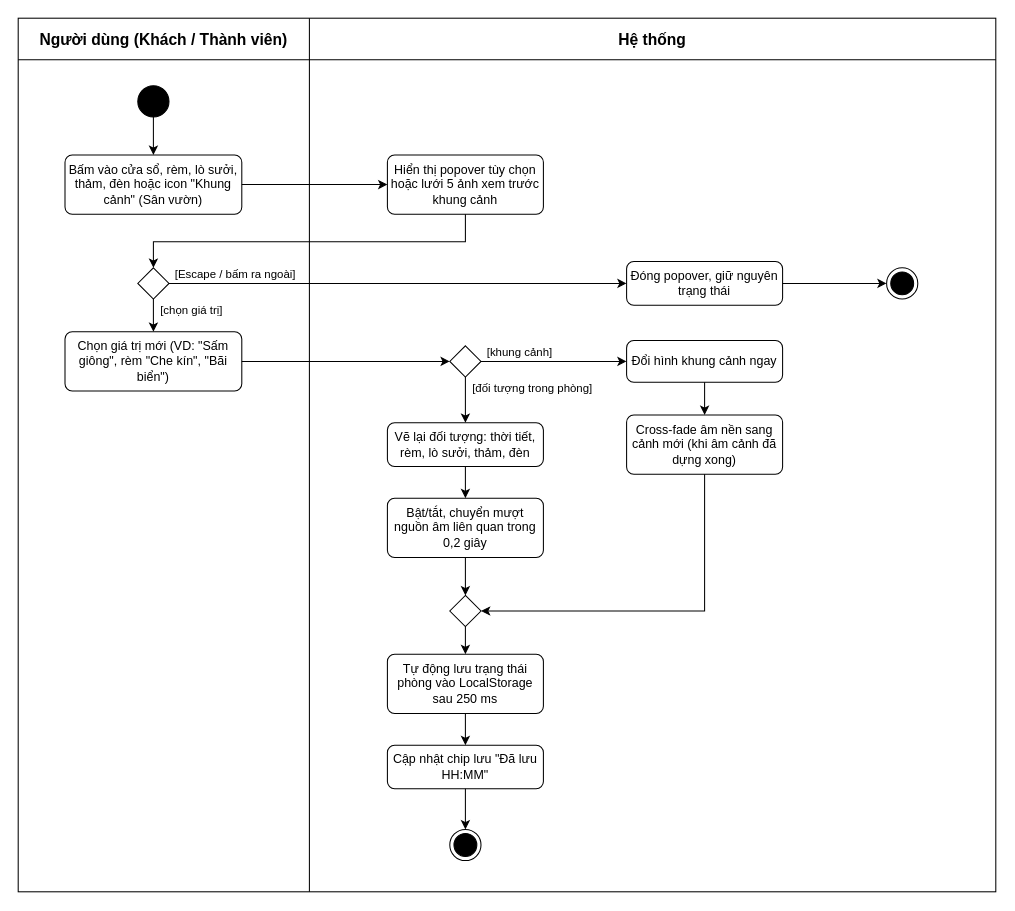
This is page "A2" (3 of 29) of docs/analysis/FocuSpace_Diagrams.drawio from CaoLePhucThinh2203/FocuSpace, a draw.io file, before an edit. Source tidied: cells renumbered, new cells numbered last; positions are measured from the earlier drawing's top-left corner, leaving out a move shared by most shapes. Both pictures are drawn from the tidied source at 104%, with x=0, y=0 at pixel (18, 18).
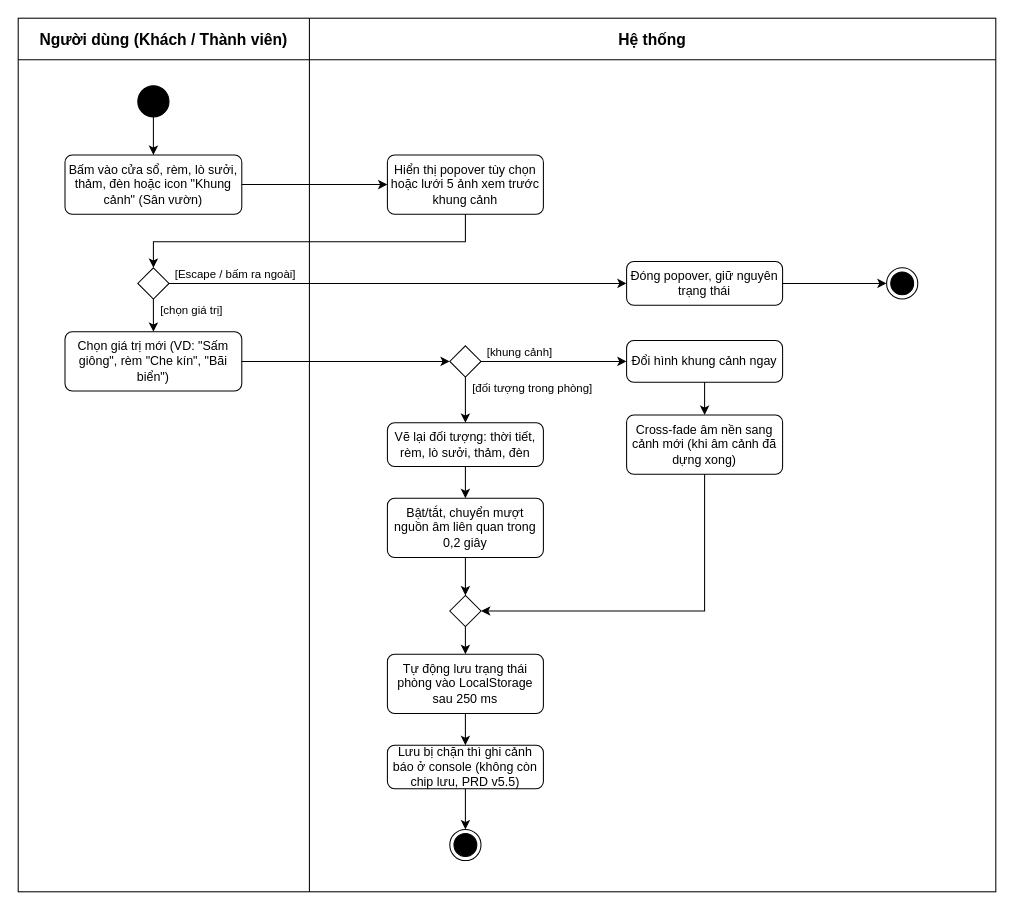
The same page after the edit.

Commit message (it also covers changes not shown here):
docs(analysis): drawio A2, A4–A6, S5, S6, C2 theo PRD v5.5–v5.8 (25 đồ, nhịp học, hẹn giờ 15/30/60, bỏ ▲▼ và chip lưu) (UC.02, UC.04–UC.06)

What changed in the source:
```diff
@@
-    <mxCell id="17" value="Cập nhật chip lưu &quot;Đã lưu HH:MM&quot;" style="html=1;align=center;verticalAlign=middle;rounded=1;absoluteArcSize=1;arcSize=14;dashed=0;whiteSpace=wrap;fontSize=12;" parent="1" vertex="1">
+    <mxCell id="17" value="Lưu bị chặn thì ghi cảnh báo ở console (không còn chip lưu, PRD v5.5)" style="html=1;align=center;verticalAlign=middle;rounded=1;absoluteArcSize=1;arcSize=14;dashed=0;whiteSpace=wrap;fontSize=12;" parent="1" vertex="1">
       <mxGeometry x="355" y="699" width="150" height="42" as="geometry" />
     </mxCell>
```
